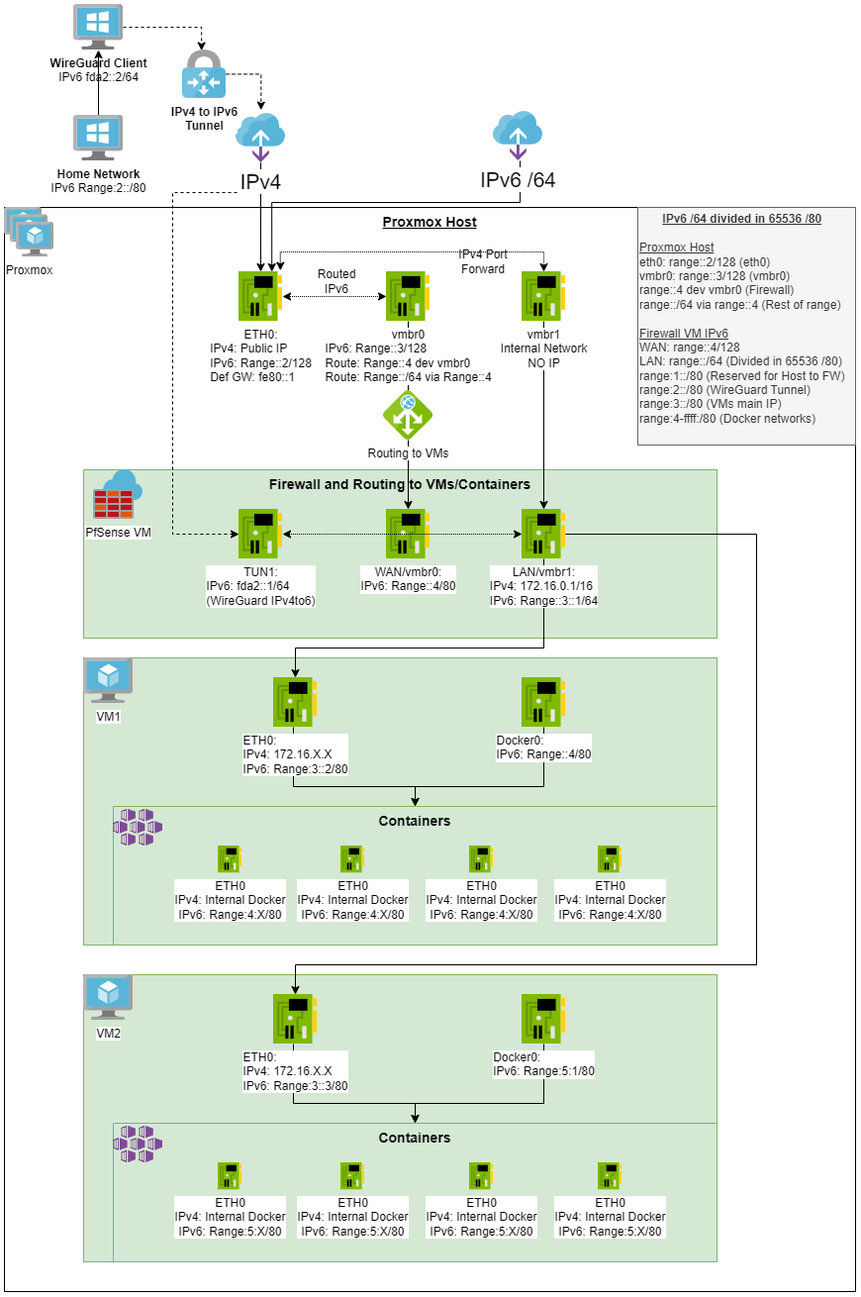
Before: images/ProxmoxIPv6v2.drawio.png, a diagram exported from draw.io (bruj0/ProxmoxIPv6). Source tidied: cells renumbered, new cells last; positions are measured from the earlier drawing's top-left corner, leaving out a move shared by most shapes.
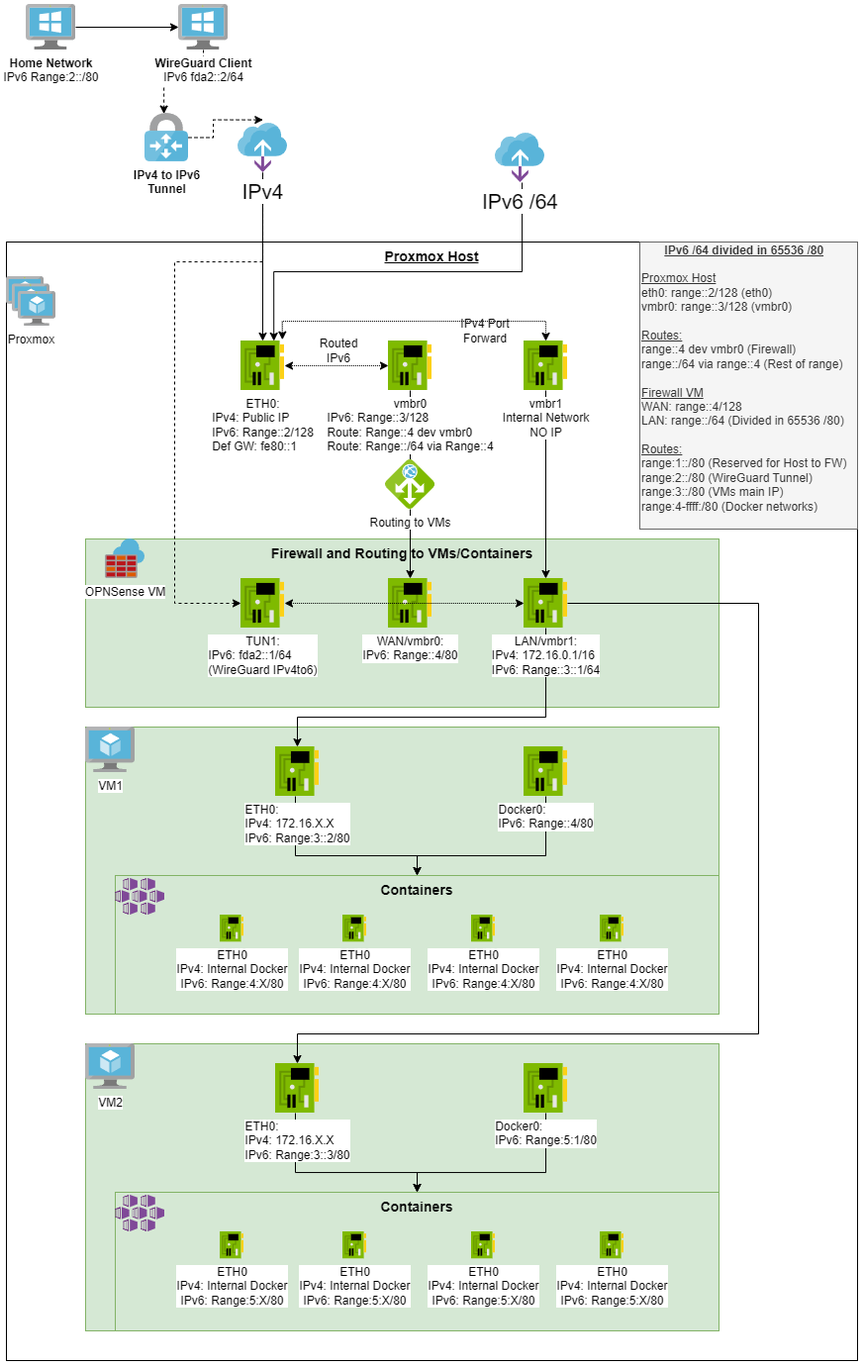
After the change.

The edit, as a diff of the source:
```diff
@@ -3,7 +3,7 @@
     <mxCell id="0" style="html=1;" />
     <mxCell id="1" style="html=1;" parent="0" />
     <mxCell id="2" value="&lt;b&gt;&lt;u&gt;Proxmox Host&lt;/u&gt;&lt;/b&gt;" style="whiteSpace=wrap;html=1;fontSize=14;verticalAlign=top;" parent="1" vertex="1">
-      <mxGeometry y="205" width="860" height="1095" as="geometry" />
+      <mxGeometry y="170" width="860" height="1130" as="geometry" />
     </mxCell>
     <mxCell id="3" style="edgeStyle=orthogonalEdgeStyle;rounded=0;jettySize=auto;html=1;endArrow=none;" parent="1" edge="1" source="15" target="56">
       <mxGeometry relative="1" as="geometry" />
@@ -11,8 +11,8 @@
     <mxCell id="4" value="&lt;b&gt;Firewall and Routing to VMs/Containers&lt;/b&gt;" style="whiteSpace=wrap;html=1;fillColor=#d5e8d4;fontSize=14;strokeColor=#82b366;verticalAlign=top;" parent="1" vertex="1">
       <mxGeometry x="80" y="470" width="640" height="170" as="geometry" />
     </mxCell>
-    <mxCell id="5" value="PfSense VM" style="html=1;align=center;image;fontSize=12;image=img/lib/mscae/Azure_Firewall.svg;" parent="1" vertex="1">
-      <mxGeometry x="90" y="470" width="50" height="50" as="geometry" />
+    <mxCell id="5" value="OPNSense VM" style="html=1;align=center;image;fontSize=12;image=img/lib/mscae/Azure_Firewall.svg;" parent="1" vertex="1">
+      <mxGeometry x="100" y="470" width="40" height="40" as="geometry" />
     </mxCell>
     <mxCell id="6" value="ETH0: &lt;br&gt;&lt;div style=&quot;text-align: left&quot;&gt;IPv4: Public IP&lt;/div&gt;&lt;div style=&quot;text-align: left&quot;&gt;IPv6: Range::2/128&lt;/div&gt;&lt;div style=&quot;text-align: left&quot;&gt;Def GW: fe80::1&lt;/div&gt;" style="html=1;points=[];align=center;image;fontSize=12;image=img/lib/mscae/NetworkInterfaceCard.svg;" parent="1" vertex="1">
       <mxGeometry x="237" y="270" width="44" height="50" as="geometry" />
@@ -33,7 +33,7 @@
       </mxGeometry>
     </mxCell>
     <mxCell id="10" value="&lt;font style=&quot;font-size: 21px&quot;&gt;IPv4&lt;/font&gt;" style="html=1;points=[];align=center;image;fontSize=12;image=img/lib/mscae/On_Premises_Data_Gateways.svg;" parent="1" vertex="1">
-      <mxGeometry x="234" y="110" width="50" height="50" as="geometry" />
+      <mxGeometry x="234" y="50" width="50" height="50" as="geometry" />
     </mxCell>
     <mxCell id="11" style="edgeStyle=orthogonalEdgeStyle;rounded=0;jettySize=auto;html=1;entryX=0.755;entryY=0;entryDx=0;entryDy=0;entryPerimeter=0;" parent="1" edge="1" source="12" target="6">
       <mxGeometry relative="1" as="geometry">
@@ -44,7 +44,7 @@
       </mxGeometry>
     </mxCell>
     <mxCell id="12" value="&lt;font style=&quot;font-size: 21px&quot;&gt;IPv6 /64&lt;/font&gt;" style="html=1;points=[];align=center;image;fontSize=12;image=img/lib/mscae/On_Premises_Data_Gateways.svg;" parent="1" vertex="1">
-      <mxGeometry x="494" y="108" width="50" height="50" as="geometry" />
+      <mxGeometry x="494" y="60" width="50" height="50" as="geometry" />
     </mxCell>
     <mxCell id="13" style="edgeStyle=orthogonalEdgeStyle;rounded=0;jettySize=auto;html=1;startArrow=none;" parent="1" edge="1" source="56" target="19">
       <mxGeometry relative="1" as="geometry">
@@ -97,8 +97,8 @@
     <mxCell id="24" value="VM1" style="html=1;align=center;image;fontSize=12;image=img/lib/mscae/Virtual_Machine.svg;" parent="1" vertex="1">
       <mxGeometry x="80" y="660" width="50" height="46" as="geometry" />
     </mxCell>
-    <mxCell id="25" value="&lt;div style=&quot;text-align: center&quot;&gt;&lt;span&gt;&lt;b&gt;&lt;u&gt;IPv6 /64 divided in 65536 /80&lt;/u&gt;&lt;/b&gt;&lt;/span&gt;&lt;/div&gt;&lt;div&gt;&lt;span&gt;&lt;b&gt;&lt;br&gt;&lt;/b&gt;&lt;/span&gt;&lt;/div&gt;&lt;div&gt;&lt;/div&gt;&lt;div&gt;&lt;span style=&quot;background-color: initial;&quot;&gt;&lt;u&gt;Proxmox Host&lt;/u&gt;&lt;/span&gt;&lt;/div&gt;&lt;div&gt;eth0: range::2/128 (eth0)&lt;/div&gt;&lt;div&gt;vmbr0: range::3/128 (vmbr0)&lt;/div&gt;&lt;div&gt;range::4 dev vmbr0 (Firewall)&lt;/div&gt;&lt;div&gt;range::/64 via range::4 (Rest of range)&lt;/div&gt;&lt;div&gt;&lt;br&gt;&lt;/div&gt;&lt;div&gt;&lt;u&gt;Firewall VM&amp;nbsp;&lt;span style=&quot;background-color: initial;&quot;&gt;IPv6&lt;/span&gt;&lt;/u&gt;&lt;/div&gt;&lt;div&gt;WAN: range::4/128&lt;/div&gt;&lt;div&gt;LAN: range::/64 (Divided in 65536 /80)&lt;/div&gt;&lt;div&gt;range:1::/80 (Reserved for Host to FW)&lt;/div&gt;&lt;div&gt;range:2::/80 (WireGuard Tunnel)&lt;/div&gt;&lt;div&gt;range:3::/80 (VMs main IP)&lt;/div&gt;&lt;div&gt;range:4-ffff:/80 (Docker networks)&lt;/div&gt;&lt;div&gt;&lt;br&gt;&lt;/div&gt;&lt;div style=&quot;text-align: justify&quot;&gt;&lt;/div&gt;" style="rounded=0;whiteSpace=wrap;html=1;fillColor=#f5f5f5;strokeColor=#666666;align=left;fontColor=#333333;" parent="1" vertex="1">
-      <mxGeometry x="640" y="205" width="220" height="240" as="geometry" />
+    <mxCell id="25" value="&lt;div style=&quot;text-align: center&quot;&gt;&lt;span&gt;&lt;b&gt;&lt;u&gt;IPv6 /64 divided in 65536 /80&lt;/u&gt;&lt;/b&gt;&lt;/span&gt;&lt;/div&gt;&lt;div&gt;&lt;span&gt;&lt;b&gt;&lt;br&gt;&lt;/b&gt;&lt;/span&gt;&lt;/div&gt;&lt;div&gt;&lt;/div&gt;&lt;div&gt;&lt;span style=&quot;background-color: initial;&quot;&gt;&lt;u&gt;Proxmox Host&lt;/u&gt;&lt;/span&gt;&lt;/div&gt;&lt;div&gt;eth0: range::2/128 (eth0)&lt;/div&gt;&lt;div&gt;vmbr0: range::3/128 (vmbr0)&lt;/div&gt;&lt;div&gt;&lt;u&gt;&lt;br&gt;&lt;/u&gt;&lt;/div&gt;&lt;div&gt;&lt;u&gt;Routes:&lt;/u&gt;&lt;/div&gt;&lt;div&gt;range::4 dev vmbr0 (Firewall)&lt;/div&gt;&lt;div&gt;range::/64 via range::4 (Rest of range)&lt;/div&gt;&lt;div&gt;&lt;br&gt;&lt;/div&gt;&lt;div&gt;&lt;u&gt;Firewall VM&lt;/u&gt;&lt;/div&gt;&lt;div&gt;WAN: range::4/128&lt;/div&gt;&lt;div&gt;LAN: range::/64 (Divided in 65536 /80)&lt;/div&gt;&lt;div&gt;&lt;u&gt;&lt;br&gt;&lt;/u&gt;&lt;/div&gt;&lt;div&gt;&lt;u&gt;Routes:&lt;/u&gt;&lt;/div&gt;&lt;div&gt;range:1::/80 (Reserved for Host to FW)&lt;/div&gt;&lt;div&gt;range:2::/80 (WireGuard Tunnel)&lt;/div&gt;&lt;div&gt;range:3::/80 (VMs main IP)&lt;/div&gt;&lt;div&gt;range:4-ffff:/80 (Docker networks)&lt;/div&gt;&lt;div&gt;&lt;br&gt;&lt;/div&gt;&lt;div style=&quot;text-align: justify&quot;&gt;&lt;/div&gt;" style="rounded=0;whiteSpace=wrap;html=1;fillColor=#f5f5f5;strokeColor=#666666;align=left;fontColor=#333333;" parent="1" vertex="1">
+      <mxGeometry x="640" y="170" width="220" height="290" as="geometry" />
     </mxCell>
     <mxCell id="26" value="&lt;b&gt;Containers&lt;/b&gt;" style="whiteSpace=wrap;html=1;fillColor=#d5e8d4;fontSize=14;strokeColor=#82b366;verticalAlign=top;" parent="1" vertex="1">
       <mxGeometry x="110" y="810" width="610" height="140" as="geometry" />
@@ -190,19 +190,19 @@
       <mxGeometry relative="1" as="geometry" />
     </mxCell>
     <mxCell id="49" value="&lt;b&gt;WireGuard Client&lt;/b&gt;&lt;br&gt;IPv6 fda2::2/64" style="html=1;points=[];align=center;image;fontSize=12;image=img/lib/mscae/VirtualMachineWindows.svg;" parent="1" vertex="1">
-      <mxGeometry x="70" width="50" height="46" as="geometry" />
+      <mxGeometry x="174" y="-70" width="50" height="46" as="geometry" />
     </mxCell>
     <mxCell id="50" style="edgeStyle=orthogonalEdgeStyle;rounded=0;jettySize=auto;html=1;entryX=0.506;entryY=-0.068;entryDx=0;entryDy=0;entryPerimeter=0;dashed=1;" parent="1" edge="1" source="51" target="10">
       <mxGeometry relative="1" as="geometry" />
     </mxCell>
     <mxCell id="51" value="&lt;b&gt;IPv4 to IPv6&lt;br&gt;Tunnel&lt;/b&gt;" style="html=1;points=[];align=center;image;fontSize=12;image=img/lib/mscae/VPN_Gateway.svg;" parent="1" vertex="1">
-      <mxGeometry x="180" y="46" width="44" height="48.9" as="geometry" />
+      <mxGeometry x="140" y="40" width="44" height="48.9" as="geometry" />
     </mxCell>
     <mxCell id="52" style="edgeStyle=orthogonalEdgeStyle;rounded=0;jettySize=auto;html=1;startArrow=none;startFill=0;" parent="1" edge="1" source="53" target="49">
       <mxGeometry relative="1" as="geometry" />
     </mxCell>
     <mxCell id="53" value="&lt;b&gt;Home Network&lt;/b&gt;&lt;br&gt;IPv6 Range:2::/80" style="html=1;points=[];align=center;image;fontSize=12;image=img/lib/mscae/VirtualMachineWindows.svg;" parent="1" vertex="1">
-      <mxGeometry x="70" y="112" width="50" height="46" as="geometry" />
+      <mxGeometry x="20" y="-70" width="50" height="46" as="geometry" />
     </mxCell>
     <mxCell id="54" value="Routed IPv6" style="text;html=1;strokeColor=none;fillColor=none;align=center;verticalAlign=middle;whiteSpace=wrap;rounded=0;" parent="1" vertex="1">
       <mxGeometry x="316" y="270" width="40" height="20" as="geometry" />
```
